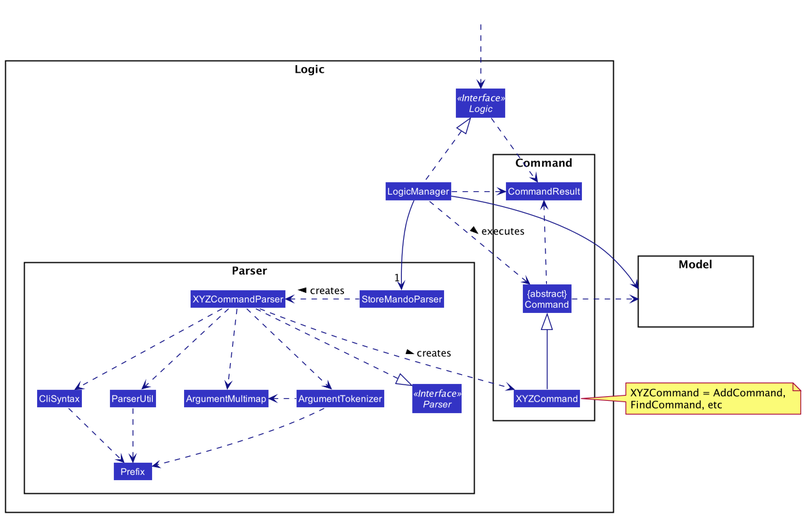
Before: docs/images/LogicClassDiagram.png, a diagram exported from PlantUML (nus-cs2103-AY2021S2/tp).
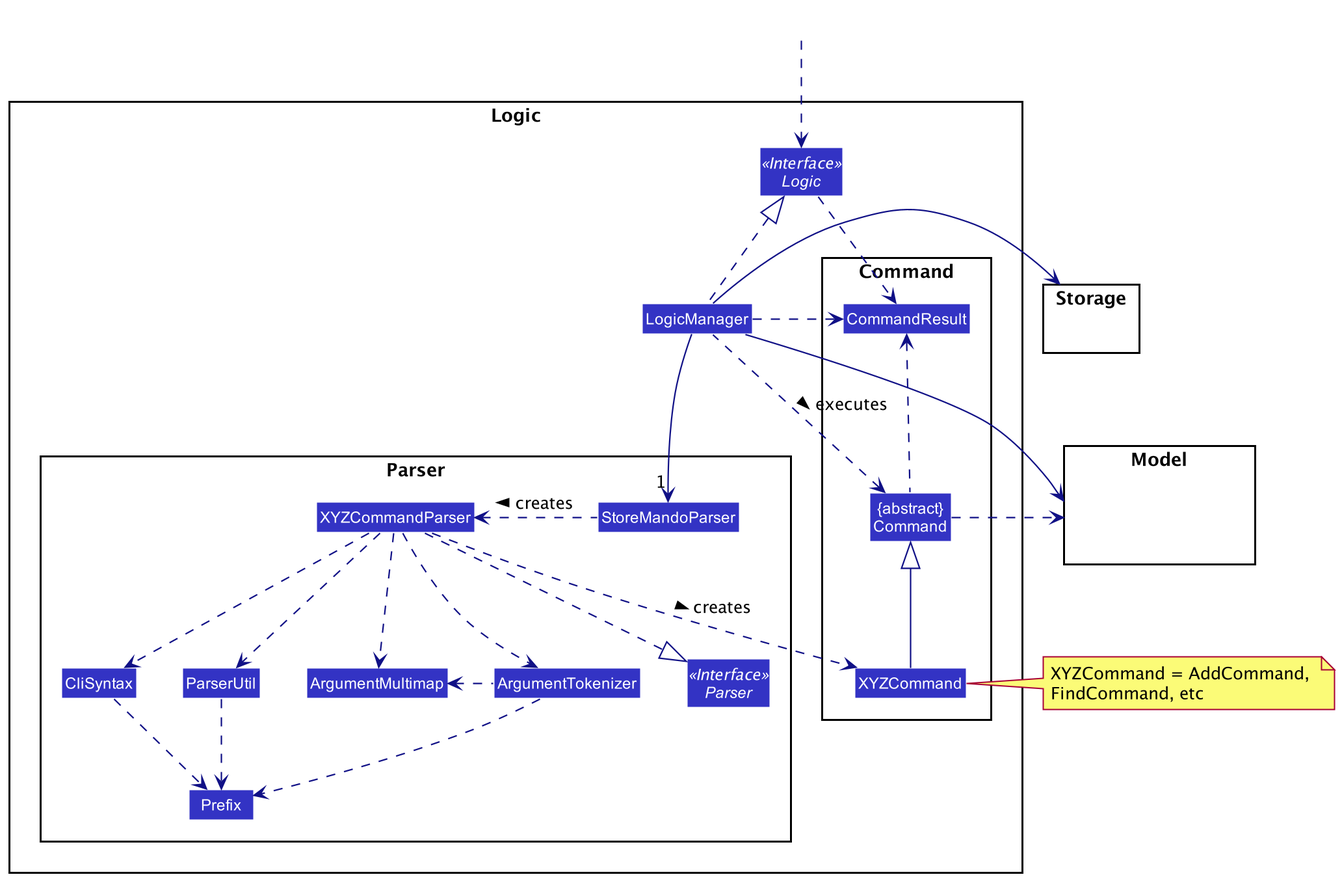
After the commit.

Commit message:
Update Logic class diagram

What changed in the source:
```diff
@@ -31,6 +31,10 @@
 Class HiddenModel #FFFFFF
 }
 
+package Storage{
+Class HiddenModel #FFFFFF
+}
+
 Class HiddenOutside #FFFFFF
 HiddenOutside ..> Logic
 
@@ -51,6 +55,7 @@
 XYZCommand -up-|> Command
 LogicManager .left.> Command : executes >
 
+LogicManager -right-> Storage
 LogicManager --> Model
 Command .right.> Model
 note right of XYZCommand: XYZCommand = AddCommand, \nFindCommand, etc
```
